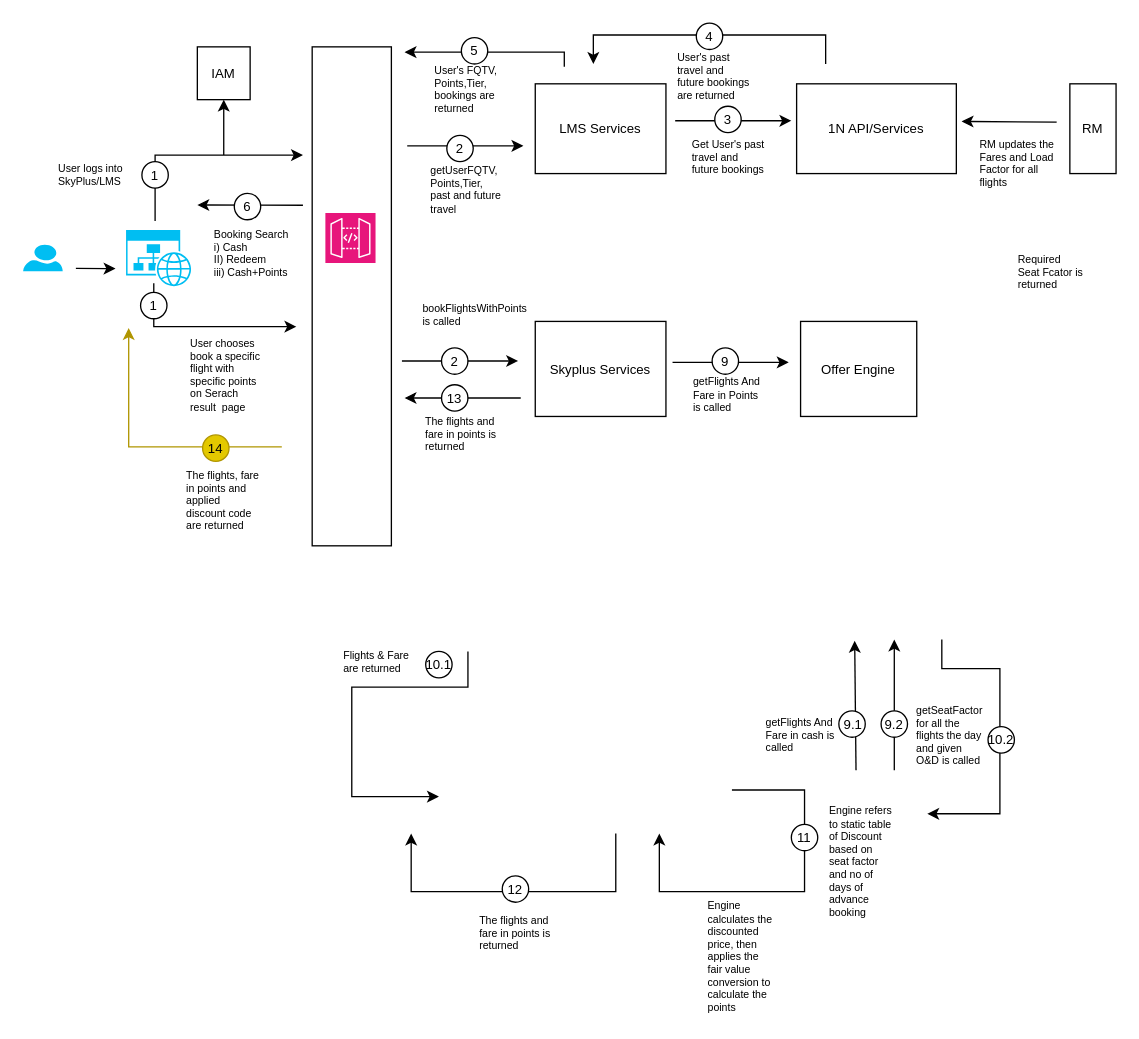
Before: page "Page-2" (2 of 2) of Copy of LM Data Flow.drawio in nchauhan4/drawings, a draw.io diagram. Source tidied: cells renumbered, new cells numbered last; positions are measured from the earlier drawing's top-left corner, leaving out a move shared by most shapes. Both pictures are drawn from the tidied source at 132%, with x=0, y=0 at pixel (22, 22).
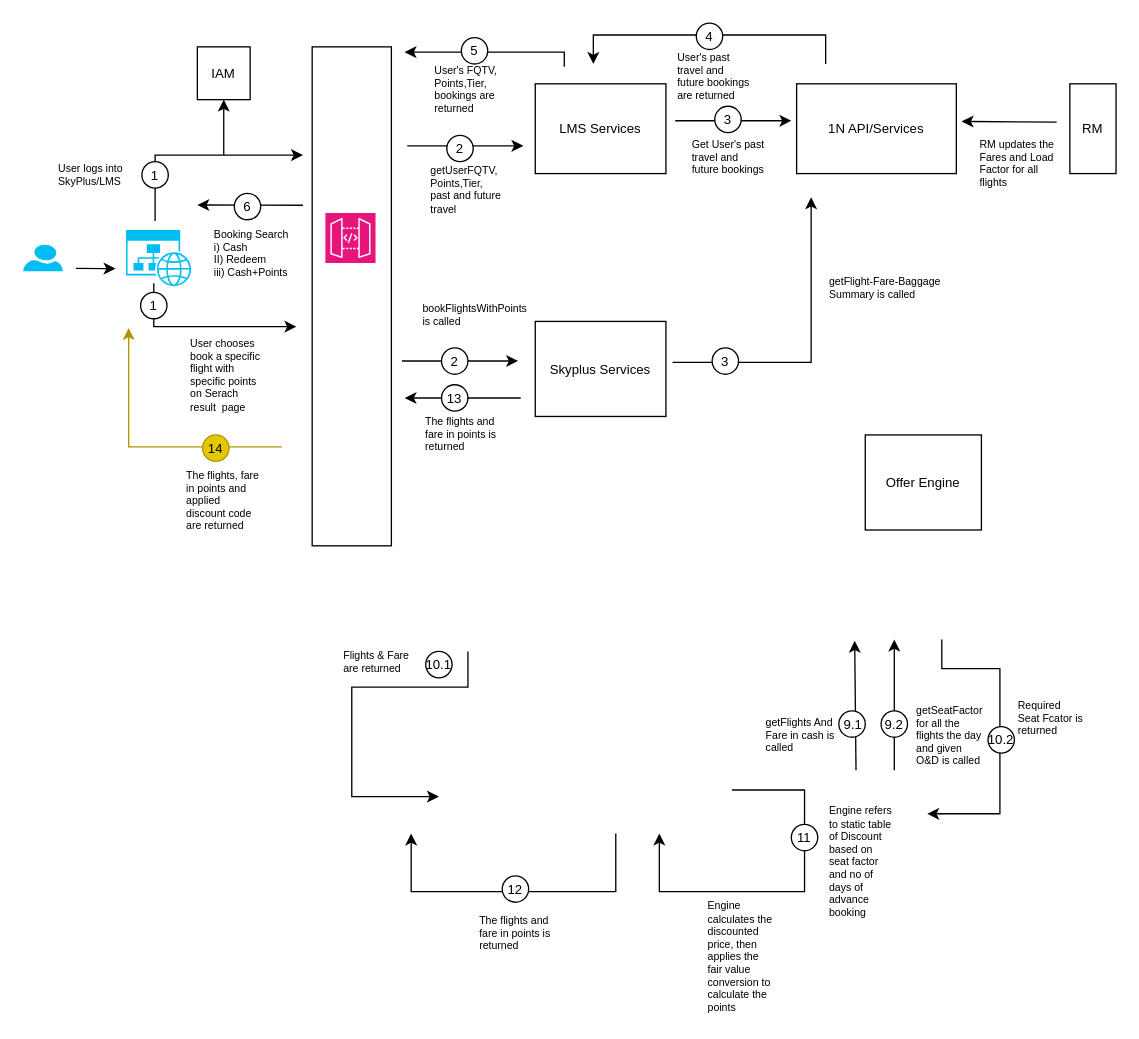
The same diagram, later.

What changed in the source:
```diff
@@
     <mxCell id="27" value="&lt;font style=&quot;font-size: 10px;&quot;&gt;Offer Engine&lt;/font&gt;" style="rounded=0;whiteSpace=wrap;html=1;" parent="1" vertex="1">
-      <mxGeometry x="589" y="226" width="88" height="72" as="geometry" />
+      <mxGeometry x="638" y="312" width="88" height="72" as="geometry" />
     </mxCell>
@@
     <mxCell id="34" style="endArrow=classic;html=1;rounded=0;" parent="1" edge="1">
       <mxGeometry relative="1" as="geometry">
         <mxPoint x="492" y="257" as="sourcePoint" />
-        <mxPoint x="580" y="257" as="targetPoint" />
+        <mxPoint x="597" y="132" as="targetPoint" />
+        <Array as="points">
+          <mxPoint x="597" y="257" />
+        </Array>
       </mxGeometry>
     </mxCell>
@@
-    <mxCell id="36" value="&lt;span style=&quot;font-size: 10px;&quot;&gt;9&lt;/span&gt;" style="text;html=1;strokeColor=none;fillColor=none;align=center;verticalAlign=middle;whiteSpace=wrap;rounded=0;" parent="1" vertex="1">
+    <mxCell id="36" value="&lt;span style=&quot;font-size: 10px;&quot;&gt;3&lt;/span&gt;" style="text;html=1;strokeColor=none;fillColor=none;align=center;verticalAlign=middle;whiteSpace=wrap;rounded=0;" parent="1" vertex="1">
       <mxGeometry x="517" y="246" width="30" height="20" as="geometry" />
     </mxCell>
@@
-    <mxCell id="52" value="getFlights And Fare in Points is called" style="text;html=1;strokeColor=none;fillColor=none;align=left;verticalAlign=top;whiteSpace=wrap;rounded=0;fontSize=8;" parent="1" vertex="1">
-      <mxGeometry x="505.8" y="261" width="58.5" height="33" as="geometry" />
-    </mxCell>
@@
     <mxCell id="61" value="Required Seat Fcator is returned" style="text;html=1;strokeColor=none;fillColor=none;align=left;verticalAlign=top;whiteSpace=wrap;rounded=0;fontSize=8;" parent="1" vertex="1">
-      <mxGeometry x="752" y="168" width="52" height="55" as="geometry" />
+      <mxGeometry x="752" y="506" width="52" height="55" as="geometry" />
     </mxCell>
@@
+    <mxCell id="84" value="getFlight-Fare-Baggage Summary is called" style="text;html=1;strokeColor=none;fillColor=none;align=left;verticalAlign=top;whiteSpace=wrap;rounded=0;fontSize=8;" parent="1" vertex="1">
+      <mxGeometry x="609" y="185" width="98" height="35" as="geometry" />
+    </mxCell>
```
